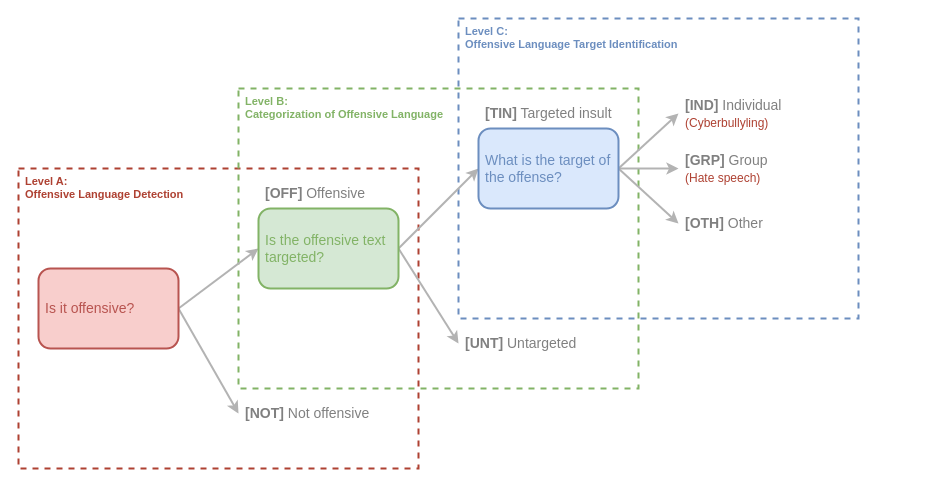
DougTrajano/olid-br keeps this draw.io diagram as page "OLID_taxonomy" (1 of 6) of docs/diagrams/diagrams.drawio. Above is the earlier version. Source tidied: cells renumbered, new cells numbered last; positions are measured from the earlier drawing's top-left corner, leaving out a move shared by most shapes. Both pictures are drawn from the tidied source at 100%, with x=0, y=0 at pixel (18, 18).
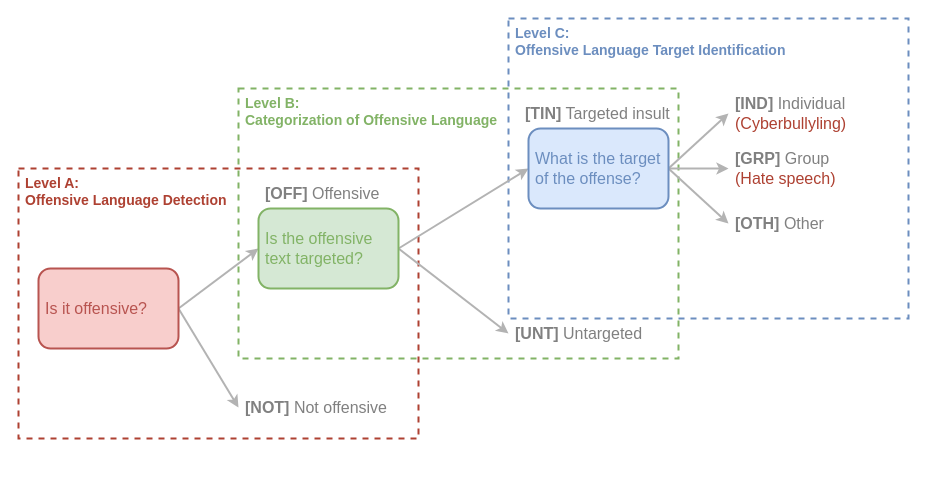
Above is the later version.

Change to the diagram source:
```diff
@@
-    <mxCell id="2" value="Level A:&lt;br style=&quot;font-size: 11px;&quot;&gt;Offensive Language Detection" style="rounded=0;whiteSpace=wrap;html=1;strokeColor=#ae4132;fillColor=none;verticalAlign=top;align=left;fontColor=#AE4132;strokeWidth=2;spacingLeft=5;fontSize=11;fontStyle=1;dashed=1;" parent="1" vertex="1">
-      <mxGeometry y="150" width="400" height="300" as="geometry" />
+    <mxCell id="2" value="Level A:&lt;br style=&quot;font-size: 14px;&quot;&gt;Offensive Language Detection" style="rounded=0;whiteSpace=wrap;html=1;strokeColor=#ae4132;fillColor=none;verticalAlign=top;align=left;fontColor=#AE4132;strokeWidth=2;spacingLeft=5;fontSize=14;fontStyle=1;dashed=1;" parent="1" vertex="1">
+      <mxGeometry y="150" width="400" height="270" as="geometry" />
     </mxCell>
-    <mxCell id="3" value="Level B:&lt;br style=&quot;font-size: 11px;&quot;&gt;Categorization of Offensive Language" style="rounded=0;whiteSpace=wrap;html=1;strokeColor=#82b366;fillColor=none;verticalAlign=top;align=left;fontColor=#82B366;strokeWidth=2;spacingLeft=5;fontSize=11;fontStyle=1;dashed=1;" parent="1" vertex="1">
-      <mxGeometry x="220" y="70" width="400" height="300" as="geometry" />
+    <mxCell id="3" value="Level B:&lt;br style=&quot;font-size: 14px;&quot;&gt;Categorization of Offensive Language" style="rounded=0;whiteSpace=wrap;html=1;strokeColor=#82b366;fillColor=none;verticalAlign=top;align=left;fontColor=#82B366;strokeWidth=2;spacingLeft=5;fontSize=14;fontStyle=1;dashed=1;" parent="1" vertex="1">
+      <mxGeometry x="220" y="70" width="440" height="270" as="geometry" />
     </mxCell>
-    <mxCell id="4" value="Level C:&lt;br style=&quot;font-size: 11px;&quot;&gt;Offensive Language Target Identification" style="rounded=0;whiteSpace=wrap;html=1;strokeColor=#6c8ebf;fillColor=none;verticalAlign=top;align=left;fontColor=#6C8EBF;strokeWidth=2;spacingLeft=5;fontSize=11;fontStyle=1;dashed=1;" parent="1" vertex="1">
-      <mxGeometry x="440" width="400" height="300" as="geometry" />
+    <mxCell id="4" value="Level C:&lt;br style=&quot;font-size: 14px;&quot;&gt;Offensive Language Target Identification" style="rounded=0;whiteSpace=wrap;html=1;strokeColor=#6c8ebf;fillColor=none;verticalAlign=top;align=left;fontColor=#6C8EBF;strokeWidth=2;spacingLeft=5;fontSize=14;fontStyle=1;dashed=1;" parent="1" vertex="1">
+      <mxGeometry x="490" width="400" height="300" as="geometry" />
     </mxCell>
@@
-    <mxCell id="7" value="Is it offensive?" style="rounded=1;whiteSpace=wrap;html=1;fillColor=#f8cecc;align=left;strokeColor=#b85450;strokeWidth=2;spacingLeft=5;fontSize=14;fontColor=#B85450;" parent="1" vertex="1">
+    <mxCell id="7" value="Is it offensive?" style="rounded=1;whiteSpace=wrap;html=1;fillColor=#f8cecc;align=left;strokeColor=#b85450;strokeWidth=2;spacingLeft=5;fontSize=16;fontColor=#B85450;" parent="1" vertex="1">
       <mxGeometry x="20" y="250" width="140" height="80" as="geometry" />
     </mxCell>
@@
-    <mxCell id="10" value="Is the offensive text targeted?" style="rounded=1;whiteSpace=wrap;html=1;fillColor=#d5e8d4;align=left;strokeColor=#82b366;strokeWidth=2;spacingLeft=5;fontSize=14;fontColor=#82B366;" parent="1" vertex="1">
+    <mxCell id="10" value="Is the offensive text targeted?" style="rounded=1;whiteSpace=wrap;html=1;fillColor=#d5e8d4;align=left;strokeColor=#82b366;strokeWidth=2;spacingLeft=5;fontSize=16;fontColor=#82B366;" parent="1" vertex="1">
       <mxGeometry x="240" y="190" width="140" height="80" as="geometry" />
     </mxCell>
@@
-    <mxCell id="14" value="What is the target of the offense?" style="rounded=1;whiteSpace=wrap;html=1;fillColor=#dae8fc;align=left;strokeColor=#6c8ebf;strokeWidth=2;spacingLeft=5;fontSize=14;fontColor=#6C8EBF;" parent="1" vertex="1">
-      <mxGeometry x="460" y="110" width="140" height="80" as="geometry" />
+    <mxCell id="14" value="What is the target of the offense?" style="rounded=1;whiteSpace=wrap;html=1;fillColor=#dae8fc;align=left;strokeColor=#6c8ebf;strokeWidth=2;spacingLeft=5;fontSize=16;fontColor=#6C8EBF;" parent="1" vertex="1">
+      <mxGeometry x="510" y="110" width="140" height="80" as="geometry" />
     </mxCell>
-    <mxCell id="15" value="&lt;font color=&quot;#808080&quot;&gt;&lt;b&gt;[NOT]&lt;/b&gt; Not offensive&lt;/font&gt;" style="text;html=1;strokeColor=none;fillColor=none;align=left;verticalAlign=middle;whiteSpace=wrap;rounded=0;fontSize=14;fontColor=#6C8EBF;spacingLeft=5;" parent="1" vertex="1">
-      <mxGeometry x="220" y="380" width="150" height="30" as="geometry" />
+    <mxCell id="15" value="&lt;font color=&quot;#808080&quot; style=&quot;font-size: 16px;&quot;&gt;&lt;b style=&quot;font-size: 16px;&quot;&gt;[NOT]&lt;/b&gt; Not offensive&lt;/font&gt;" style="text;html=1;strokeColor=none;fillColor=none;align=left;verticalAlign=middle;whiteSpace=wrap;rounded=0;fontSize=16;fontColor=#6C8EBF;spacingLeft=5;" parent="1" vertex="1">
+      <mxGeometry x="220" y="374" width="150" height="30" as="geometry" />
     </mxCell>
-    <mxCell id="16" value="&lt;font color=&quot;#808080&quot;&gt;&lt;b&gt;[IND]&lt;/b&gt; Individual&lt;/font&gt;&lt;br&gt;&lt;font color=&quot;#ae4132&quot; style=&quot;font-size: 12px&quot;&gt;(Cyberbullyling)&lt;/font&gt;" style="text;html=1;strokeColor=none;fillColor=none;align=left;verticalAlign=middle;whiteSpace=wrap;rounded=0;fontSize=14;fontColor=#6C8EBF;spacingLeft=5;" parent="1" vertex="1">
-      <mxGeometry x="660" y="80" width="150" height="30" as="geometry" />
+    <mxCell id="16" value="&lt;font color=&quot;#808080&quot; style=&quot;font-size: 16px;&quot;&gt;&lt;b style=&quot;font-size: 16px;&quot;&gt;[IND]&lt;/b&gt; Individual&lt;/font&gt;&lt;br style=&quot;font-size: 16px;&quot;&gt;&lt;font color=&quot;#ae4132&quot; style=&quot;font-size: 16px;&quot;&gt;(Cyberbullyling)&lt;/font&gt;" style="text;html=1;strokeColor=none;fillColor=none;align=left;verticalAlign=middle;whiteSpace=wrap;rounded=0;fontSize=16;fontColor=#6C8EBF;spacingLeft=5;" parent="1" vertex="1">
+      <mxGeometry x="710" y="80" width="150" height="30" as="geometry" />
     </mxCell>
-    <mxCell id="17" value="&lt;font color=&quot;#808080&quot;&gt;&lt;b&gt;[UNT]&lt;/b&gt; Untargeted&lt;/font&gt;" style="text;html=1;strokeColor=none;fillColor=none;align=left;verticalAlign=middle;whiteSpace=wrap;rounded=0;fontSize=14;fontColor=#6C8EBF;spacingLeft=5;" parent="1" vertex="1">
-      <mxGeometry x="440" y="310" width="150" height="30" as="geometry" />
+    <mxCell id="17" value="&lt;font color=&quot;#808080&quot; style=&quot;font-size: 16px;&quot;&gt;&lt;b style=&quot;font-size: 16px;&quot;&gt;[UNT]&lt;/b&gt; Untargeted&lt;/font&gt;" style="text;html=1;strokeColor=none;fillColor=none;align=left;verticalAlign=middle;whiteSpace=wrap;rounded=0;fontSize=16;fontColor=#6C8EBF;spacingLeft=5;" parent="1" vertex="1">
+      <mxGeometry x="490" y="300" width="150" height="30" as="geometry" />
     </mxCell>
-    <mxCell id="18" value="&lt;font color=&quot;#808080&quot;&gt;&lt;b&gt;[GRP]&lt;/b&gt; Group&lt;/font&gt;&lt;br&gt;&lt;font color=&quot;#ae4132&quot; style=&quot;font-size: 12px&quot;&gt;(Hate speech)&lt;/font&gt;" style="text;html=1;strokeColor=none;fillColor=none;align=left;verticalAlign=middle;whiteSpace=wrap;rounded=0;fontSize=14;fontColor=#6C8EBF;spacingLeft=5;" parent="1" vertex="1">
-      <mxGeometry x="660" y="135" width="150" height="30" as="geometry" />
+    <mxCell id="18" value="&lt;font color=&quot;#808080&quot; style=&quot;font-size: 16px;&quot;&gt;&lt;b style=&quot;font-size: 16px;&quot;&gt;[GRP]&lt;/b&gt; Group&lt;/font&gt;&lt;br style=&quot;font-size: 16px;&quot;&gt;&lt;font color=&quot;#ae4132&quot; style=&quot;font-size: 16px;&quot;&gt;(Hate speech)&lt;/font&gt;" style="text;html=1;strokeColor=none;fillColor=none;align=left;verticalAlign=middle;whiteSpace=wrap;rounded=0;fontSize=16;fontColor=#6C8EBF;spacingLeft=5;" parent="1" vertex="1">
+      <mxGeometry x="710" y="135" width="150" height="30" as="geometry" />
     </mxCell>
-    <mxCell id="19" value="&lt;font color=&quot;#808080&quot;&gt;&lt;b&gt;[OTH]&lt;/b&gt; Other&lt;/font&gt;" style="text;html=1;strokeColor=none;fillColor=none;align=left;verticalAlign=middle;whiteSpace=wrap;rounded=0;fontSize=14;fontColor=#6C8EBF;spacingLeft=5;" parent="1" vertex="1">
-      <mxGeometry x="660" y="190" width="150" height="30" as="geometry" />
+    <mxCell id="19" value="&lt;font color=&quot;#808080&quot; style=&quot;font-size: 16px;&quot;&gt;&lt;b style=&quot;font-size: 16px;&quot;&gt;[OTH]&lt;/b&gt; Other&lt;/font&gt;" style="text;html=1;strokeColor=none;fillColor=none;align=left;verticalAlign=middle;whiteSpace=wrap;rounded=0;fontSize=16;fontColor=#6C8EBF;spacingLeft=5;" parent="1" vertex="1">
+      <mxGeometry x="710" y="190" width="150" height="30" as="geometry" />
     </mxCell>
-    <mxCell id="20" value="&lt;font color=&quot;#808080&quot;&gt;&lt;b&gt;[OFF]&lt;/b&gt; Offensive&lt;/font&gt;" style="text;html=1;strokeColor=none;fillColor=none;align=left;verticalAlign=middle;whiteSpace=wrap;rounded=0;fontSize=14;fontColor=#6C8EBF;spacingLeft=5;" parent="1" vertex="1">
+    <mxCell id="20" value="&lt;font color=&quot;#808080&quot; style=&quot;font-size: 16px;&quot;&gt;&lt;b style=&quot;font-size: 16px;&quot;&gt;[OFF]&lt;/b&gt; Offensive&lt;/font&gt;" style="text;html=1;strokeColor=none;fillColor=none;align=left;verticalAlign=middle;whiteSpace=wrap;rounded=0;fontSize=16;fontColor=#6C8EBF;spacingLeft=5;" parent="1" vertex="1">
       <mxGeometry x="240" y="160" width="150" height="30" as="geometry" />
     </mxCell>
-    <mxCell id="21" value="&lt;font color=&quot;#808080&quot;&gt;&lt;b&gt;[TIN]&lt;/b&gt; Targeted insult&lt;/font&gt;" style="text;html=1;strokeColor=none;fillColor=none;align=left;verticalAlign=middle;whiteSpace=wrap;rounded=0;fontSize=14;fontColor=#6C8EBF;spacingLeft=5;" parent="1" vertex="1">
-      <mxGeometry x="460" y="80" width="150" height="30" as="geometry" />
+    <mxCell id="21" value="&lt;font color=&quot;#808080&quot; style=&quot;font-size: 16px;&quot;&gt;&lt;b style=&quot;font-size: 16px;&quot;&gt;[TIN]&lt;/b&gt; Targeted insult&lt;/font&gt;" style="text;html=1;strokeColor=none;fillColor=none;align=left;verticalAlign=middle;whiteSpace=wrap;rounded=0;fontSize=16;fontColor=#6C8EBF;spacingLeft=5;" parent="1" vertex="1">
+      <mxGeometry x="500" y="80" width="160" height="30" as="geometry" />
     </mxCell>
```
